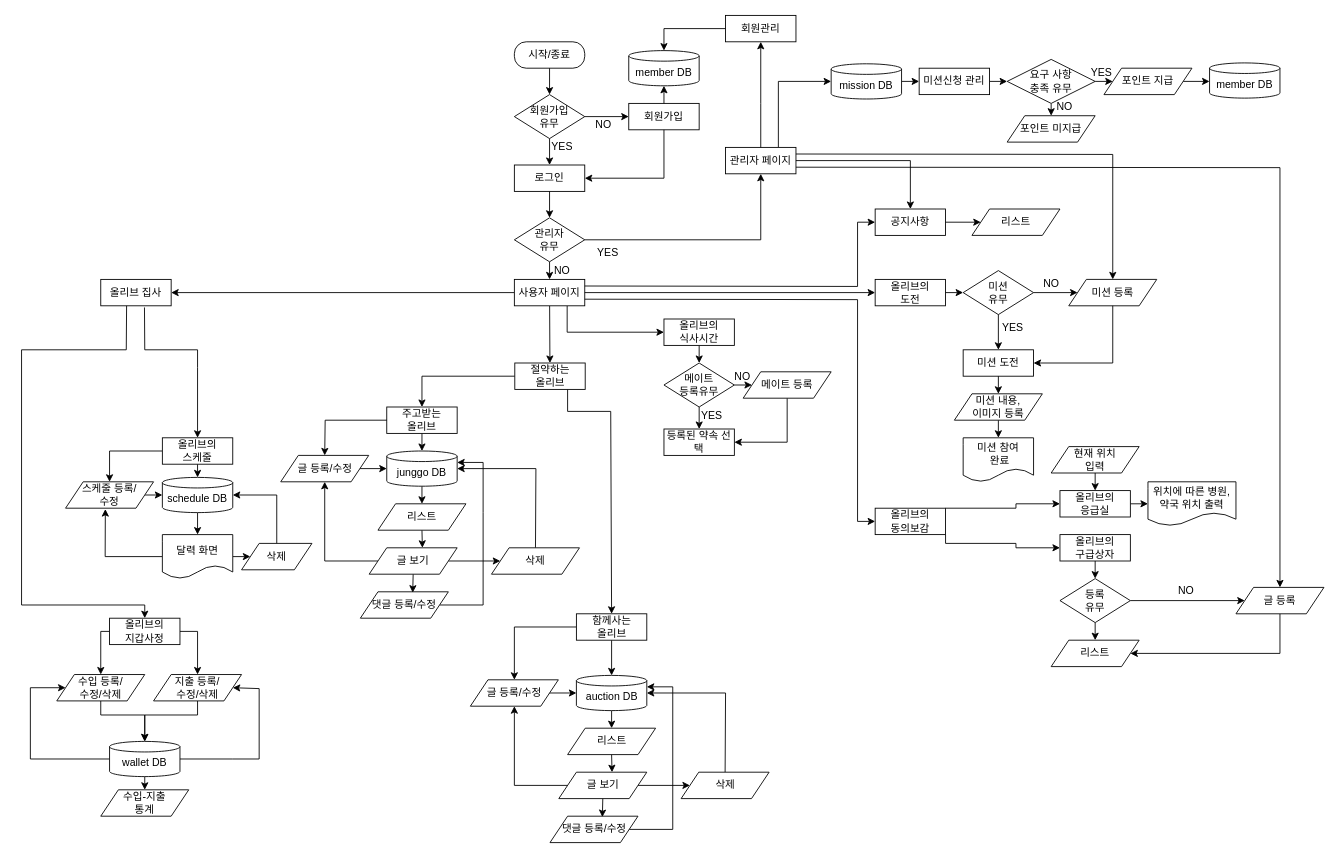
Above: Untitled Diagram.drawio in wjdtlr13/olive (draw.io), before the change. Source tidied: cells renumbered, new cells numbered last; positions are measured from the earlier drawing's top-left corner, leaving out a move shared by most shapes. Both pictures are drawn from the tidied source at 88%, with x=0, y=0 at pixel (21, 15).
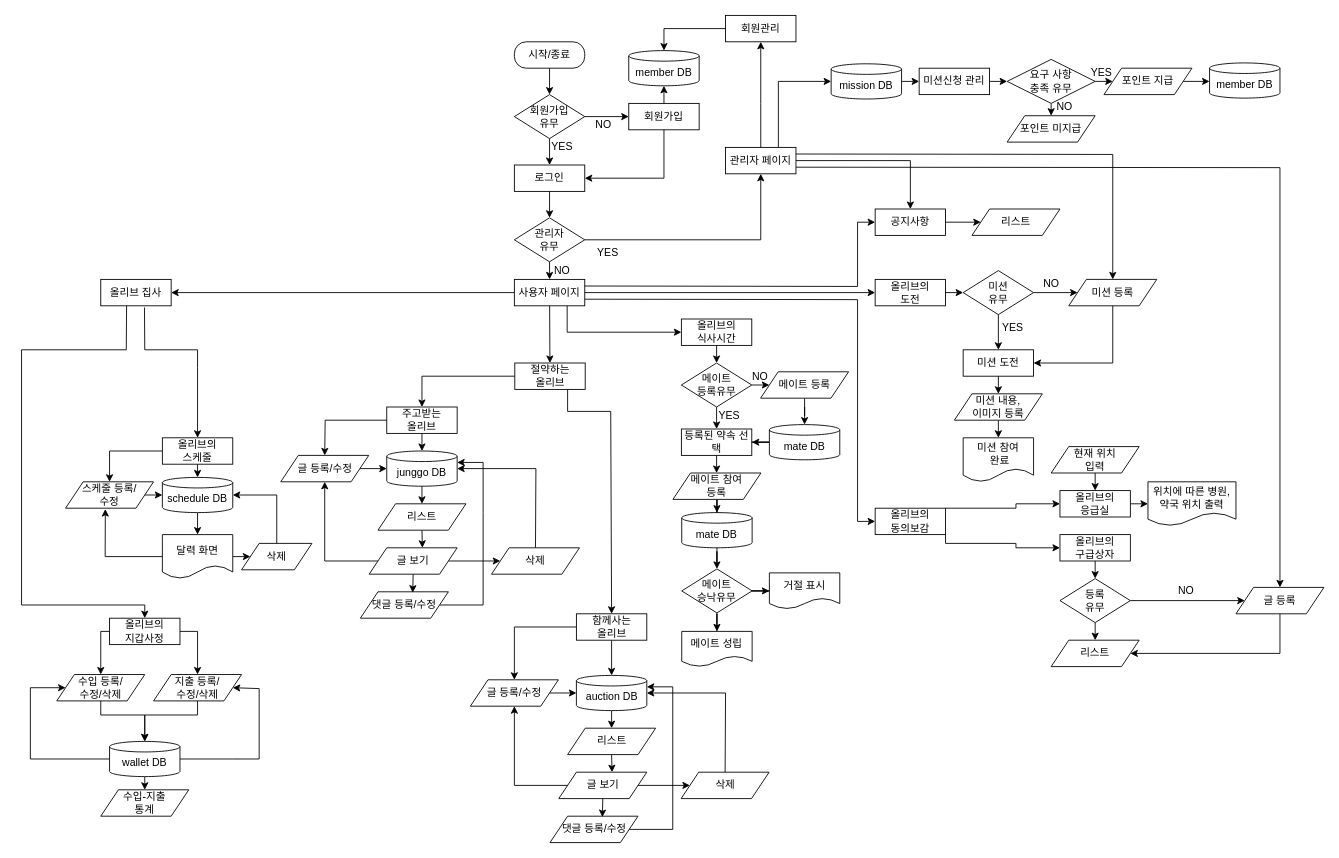
Above is the later version.

Diff of the diagram source:
```diff
@@
     <mxCell id="33" value="올리브의 &lt;br&gt;식사시간" style="rounded=0;whiteSpace=wrap;html=1;direction=west;" parent="1" vertex="1">
-      <mxGeometry x="730" y="345" width="80" height="30" as="geometry" />
+      <mxGeometry x="749.8" y="345" width="80" height="30" as="geometry" />
     </mxCell>
@@
     <mxCell id="98" value="메이트&lt;br&gt;등록유무" style="rhombus;whiteSpace=wrap;html=1;align=center;" parent="1" vertex="1">
-      <mxGeometry x="730" y="395" width="80" height="50" as="geometry" />
+      <mxGeometry x="749.8" y="395" width="80" height="50" as="geometry" />
     </mxCell>
-    <mxCell id="99" style="edgeStyle=none;rounded=0;jettySize=auto;html=1;entryX=0;entryY=0.5;entryDx=0;entryDy=0;" parent="1" edge="1" source="100" target="103">
-      <mxGeometry relative="1" as="geometry">
-        <Array as="points">
-          <mxPoint x="870" y="485" />
-        </Array>
-      </mxGeometry>
-    </mxCell>
+    <mxCell id="158" style="edgeStyle=orthogonalEdgeStyle;rounded=0;jettySize=auto;html=1;" parent="1" edge="1" source="100" target="161">
+      <mxGeometry relative="1" as="geometry" />
+    </mxCell>
     <mxCell id="100" value="메이트 등록" style="shape=parallelogram;perimeter=parallelogramPerimeter;whiteSpace=wrap;html=1;fixedSize=1;" parent="1" vertex="1">
-      <mxGeometry x="820" y="405" width="100" height="30" as="geometry" />
+      <mxGeometry x="839.8" y="405" width="100" height="30" as="geometry" />
     </mxCell>
     <mxCell id="101" value="NO" style="text;html=1;align=center;verticalAlign=middle;strokeColor=none;" parent="1" vertex="1">
-      <mxGeometry x="804" y="401" width="30" height="20" as="geometry" />
+      <mxGeometry x="823.8" y="401" width="30" height="20" as="geometry" />
     </mxCell>
     <mxCell id="102" value="YES" style="text;html=1;align=center;verticalAlign=middle;strokeColor=none;" parent="1" vertex="1">
-      <mxGeometry x="764" y="445" width="40" height="20" as="geometry" />
+      <mxGeometry x="783.8" y="445" width="40" height="20" as="geometry" />
     </mxCell>
+    <mxCell id="159" style="edgeStyle=orthogonalEdgeStyle;rounded=0;jettySize=auto;html=1;" parent="1" edge="1" source="103" target="163">
+      <mxGeometry relative="1" as="geometry" />
+    </mxCell>
     <mxCell id="103" value="등록된 약속 선택" style="rounded=0;whiteSpace=wrap;html=1;direction=west;" parent="1" vertex="1">
-      <mxGeometry x="730" y="470" width="80" height="30" as="geometry" />
+      <mxGeometry x="749.8" y="470" width="80" height="30" as="geometry" />
     </mxCell>
@@
+    <mxCell id="160" style="edgeStyle=orthogonalEdgeStyle;rounded=0;jettySize=auto;html=1;" parent="1" edge="1" source="161" target="103">
+      <mxGeometry relative="1" as="geometry" />
+    </mxCell>
+    <mxCell id="161" value="mate DB" style="shape=cylinder3;whiteSpace=wrap;html=1;boundedLbl=1;backgroundOutline=1;size=6;" parent="1" vertex="1">
+      <mxGeometry x="849.8" y="465" width="80" height="40" as="geometry" />
+    </mxCell>
+    <mxCell id="162" style="edgeStyle=orthogonalEdgeStyle;rounded=0;jettySize=auto;html=1;" parent="1" edge="1" source="163" target="165">
+      <mxGeometry relative="1" as="geometry" />
+    </mxCell>
+    <mxCell id="163" value="메이트 참여&lt;br&gt;등록" style="shape=parallelogram;perimeter=parallelogramPerimeter;whiteSpace=wrap;html=1;fixedSize=1;" parent="1" vertex="1">
+      <mxGeometry x="740.2" y="520" width="100" height="30" as="geometry" />
+    </mxCell>
+    <mxCell id="164" style="edgeStyle=orthogonalEdgeStyle;rounded=0;jettySize=auto;html=1;" parent="1" edge="1" source="165" target="168">
+      <mxGeometry relative="1" as="geometry" />
+    </mxCell>
+    <mxCell id="165" value="mate DB" style="shape=cylinder3;whiteSpace=wrap;html=1;boundedLbl=1;backgroundOutline=1;size=6;" parent="1" vertex="1">
+      <mxGeometry x="750.2" y="565" width="80" height="40" as="geometry" />
+    </mxCell>
+    <mxCell id="166" style="edgeStyle=orthogonalEdgeStyle;rounded=0;jettySize=auto;html=1;" parent="1" edge="1" source="168" target="169">
+      <mxGeometry relative="1" as="geometry" />
+    </mxCell>
+    <mxCell id="167" style="edgeStyle=orthogonalEdgeStyle;rounded=0;jettySize=auto;html=1;" parent="1" edge="1" source="168" target="170">
+      <mxGeometry relative="1" as="geometry" />
+    </mxCell>
+    <mxCell id="168" value="메이트&lt;br&gt;승낙유무" style="rhombus;whiteSpace=wrap;html=1;align=center;" parent="1" vertex="1">
+      <mxGeometry x="750.2" y="629" width="80" height="50" as="geometry" />
+    </mxCell>
+    <mxCell id="169" value="거절 표시" style="shape=document;whiteSpace=wrap;html=1;boundedLbl=1;" parent="1" vertex="1">
+      <mxGeometry x="849.8" y="633.5" width="80" height="41" as="geometry" />
+    </mxCell>
+    <mxCell id="170" value="메이트 성립" style="shape=document;whiteSpace=wrap;html=1;boundedLbl=1;" parent="1" vertex="1">
+      <mxGeometry x="750.2" y="700" width="80" height="40" as="geometry" />
+    </mxCell>
```
